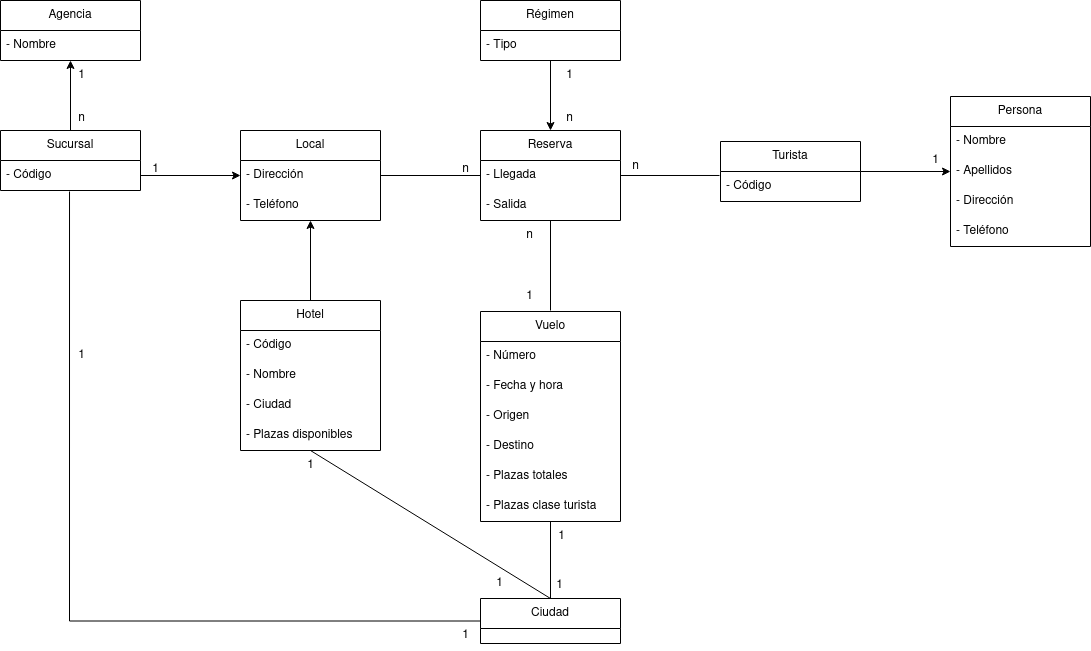
This is Tema 5. Diagramas de clase/Tarea 2. Agencia viajes/img/AgenciaViajes.drawio.png from colidom/ets, a draw.io export, as it was before one commit. Source tidied: cells renumbered, new cells last; positions are measured from the earlier drawing's top-left corner, leaving out a move shared by most shapes.
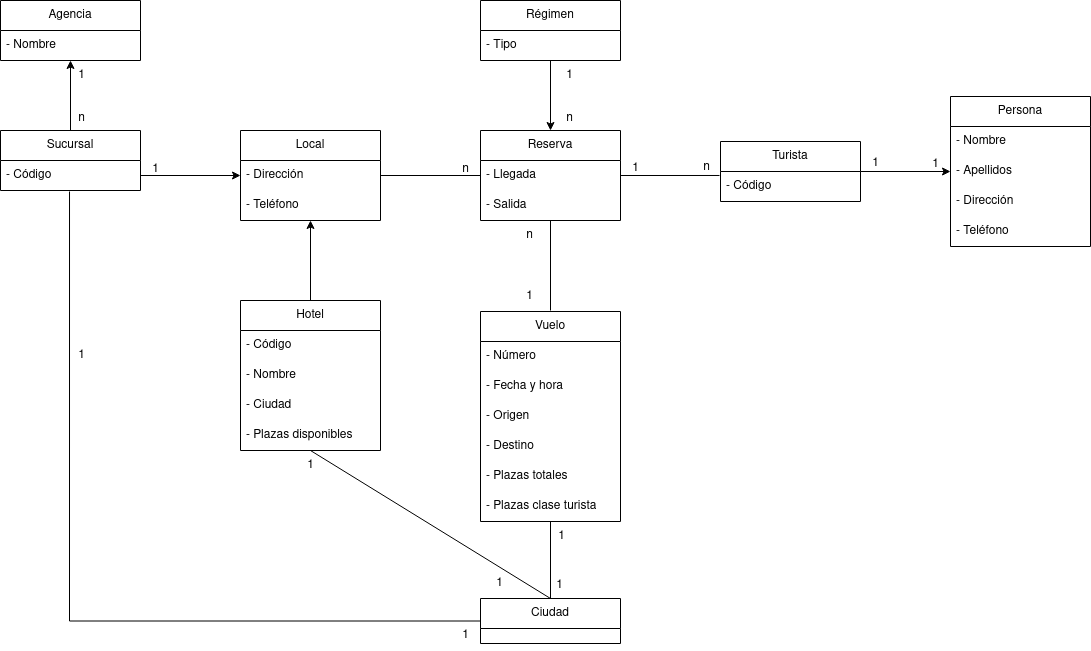
After the commit.

Diff of the diagram source:
```diff
@@ -158,8 +158,8 @@
     <mxCell id="51" value="n" style="text;html=1;align=center;verticalAlign=middle;strokeColor=none;fillColor=none;" parent="1" vertex="1">
       <mxGeometry x="514" y="220" width="30" height="30" as="geometry" />
     </mxCell>
-    <mxCell id="52" value="n" style="text;html=1;align=center;verticalAlign=middle;strokeColor=none;fillColor=none;" parent="1" vertex="1">
-      <mxGeometry x="620" y="151" width="30" height="30" as="geometry" />
+    <mxCell id="52" value="1" style="text;html=1;align=center;verticalAlign=middle;strokeColor=none;fillColor=none;" parent="1" vertex="1">
+      <mxGeometry x="620" y="153" width="30" height="30" as="geometry" />
     </mxCell>
     <mxCell id="53" value="1" style="text;html=1;align=center;verticalAlign=middle;strokeColor=none;fillColor=none;" parent="1" vertex="1">
       <mxGeometry x="140" y="154" width="30" height="30" as="geometry" />
@@ -180,10 +180,16 @@
       <mxGeometry x="554" y="60" width="30" height="30" as="geometry" />
     </mxCell>
     <mxCell id="59" value="1" style="text;html=1;align=center;verticalAlign=middle;strokeColor=none;fillColor=none;" parent="1" vertex="1">
-      <mxGeometry x="920" y="145" width="30" height="30" as="geometry" />
+      <mxGeometry x="920" y="149" width="30" height="30" as="geometry" />
     </mxCell>
     <mxCell id="60" value="1" style="text;html=1;align=center;verticalAlign=middle;strokeColor=none;fillColor=none;" parent="1" vertex="1">
       <mxGeometry x="484" y="568" width="30" height="30" as="geometry" />
     </mxCell>
+    <mxCell id="61" value="n" style="text;html=1;align=center;verticalAlign=middle;strokeColor=none;fillColor=none;" parent="1" vertex="1">
+      <mxGeometry x="691" y="152" width="30" height="30" as="geometry" />
+    </mxCell>
+    <mxCell id="62" value="1" style="text;html=1;align=center;verticalAlign=middle;strokeColor=none;fillColor=none;" parent="1" vertex="1">
+      <mxGeometry x="860" y="148" width="30" height="30" as="geometry" />
+    </mxCell>
   </root>
 </mxGraphModel>
```
